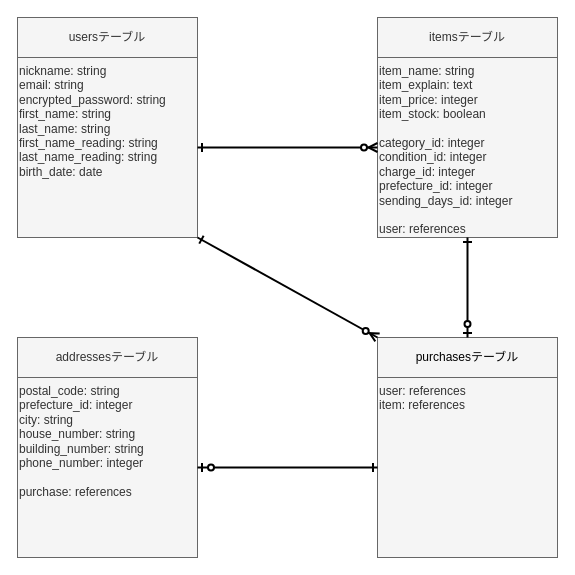
Above: furima.dio in fuchimo/furima-34379 (draw.io), before the change. Source tidied: cells renumbered, new cells numbered last; positions are measured from the earlier drawing's top-left corner, leaving out a move shared by most shapes. Both pictures are drawn from the tidied source at 100%, with x=0, y=0 at pixel (17, 17).
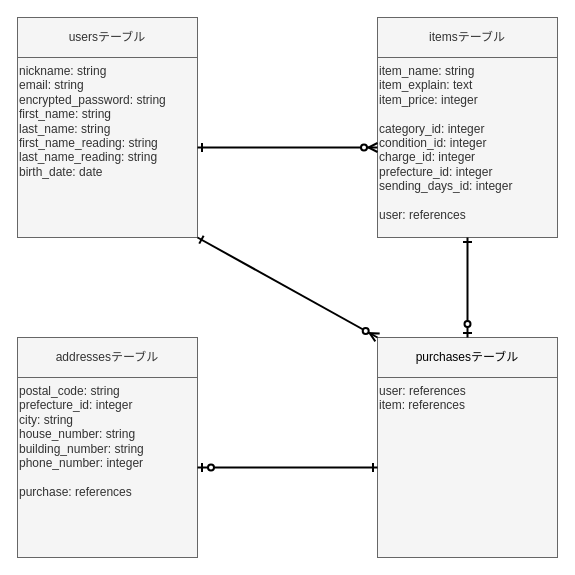
After the change.

Commit message (it also covers changes not shown here):
correct items_table

What changed in the source:
```diff
@@
 <mxGraphModel>
   <root>
     <mxCell id="0" />
     <mxCell id="1" parent="0" />
     <mxCell id="2" value="nickname: string&lt;br&gt;email: string&lt;br&gt;encrypted_password: string&lt;br&gt;first_name: string&lt;br&gt;last_name: string&lt;br&gt;first_name_reading: string&lt;br&gt;last_name_reading: string&lt;br&gt;birth_date: date" style="whiteSpace=wrap;html=1;align=left;fillColor=#f5f5f5;strokeColor=#666666;fontColor=#333333;horizontal=1;labelPosition=center;verticalLabelPosition=middle;verticalAlign=top;" parent="1" vertex="1">
       <mxGeometry y="40" width="180" height="180" as="geometry" />
     </mxCell>
-    <mxCell id="3" value="item_name: string&lt;br&gt;item_explain: text&lt;br&gt;item_price: integer&lt;br&gt;item_stock: boolean&lt;br&gt;&lt;br&gt;category_id: integer&lt;br&gt;condition_id: integer&lt;br&gt;charge_id: integer&lt;br&gt;prefecture_id: integer&lt;br&gt;sending_days_id: integer&lt;br&gt;&lt;br&gt;user: references" style="whiteSpace=wrap;html=1;align=left;fillColor=#f5f5f5;strokeColor=#666666;fontColor=#333333;horizontal=1;labelPosition=center;verticalLabelPosition=middle;verticalAlign=top;" parent="1" vertex="1">
+    <mxCell id="3" value="item_name: string&lt;br&gt;item_explain: text&lt;br&gt;item_price: integer&lt;br&gt;&lt;br&gt;category_id: integer&lt;br&gt;condition_id: integer&lt;br&gt;charge_id: integer&lt;br&gt;prefecture_id: integer&lt;br&gt;sending_days_id: integer&lt;br&gt;&lt;br&gt;user: references" style="whiteSpace=wrap;html=1;align=left;fillColor=#f5f5f5;strokeColor=#666666;fontColor=#333333;horizontal=1;labelPosition=center;verticalLabelPosition=middle;verticalAlign=top;" parent="1" vertex="1">
       <mxGeometry x="360" y="40" width="180" height="180" as="geometry" />
     </mxCell>
     <mxCell id="4" value="user: references&lt;br&gt;item: references" style="whiteSpace=wrap;html=1;align=left;fillColor=#f5f5f5;strokeColor=#666666;fontColor=#333333;horizontal=1;labelPosition=center;verticalLabelPosition=middle;verticalAlign=top;" parent="1" vertex="1">
       <mxGeometry x="360" y="360" width="180" height="180" as="geometry" />
     </mxCell>
     <mxCell id="5" style="endArrow=ERone;html=1;entryX=1;entryY=0.5;entryDx=0;entryDy=0;exitX=0;exitY=0.5;exitDx=0;exitDy=0;startArrow=ERzeroToMany;startFill=1;endFill=0;jumpSize=6;strokeWidth=2;endSize=6;" parent="1" edge="1" source="3" target="2">
       <mxGeometry relative="1" as="geometry" />
     </mxCell>
     <mxCell id="6" value="postal_code: string&lt;br&gt;prefecture_id: integer&lt;br&gt;city: string&lt;br&gt;house_number: string&lt;br&gt;building_number: string&lt;br&gt;phone_number: integer&lt;br&gt;&lt;br&gt;purchase: references" style="whiteSpace=wrap;html=1;align=left;fillColor=#f5f5f5;strokeColor=#666666;fontColor=#333333;horizontal=1;labelPosition=center;verticalLabelPosition=middle;verticalAlign=top;" parent="1" vertex="1">
       <mxGeometry y="360" width="180" height="180" as="geometry" />
     </mxCell>
     <mxCell id="7" style="endArrow=ERzeroToOne;html=1;entryX=1;entryY=0.5;entryDx=0;entryDy=0;startArrow=ERone;startFill=0;endFill=1;jumpSize=6;strokeWidth=2;endSize=6;" parent="1" edge="1" source="4" target="6">
       <mxGeometry relative="1" as="geometry" />
     </mxCell>
     <mxCell id="8" value="&lt;span style=&quot;&quot;&gt;addressesテーブル&lt;/span&gt;" style="rounded=0;whiteSpace=wrap;html=1;align=center;fillColor=#f5f5f5;strokeColor=#666666;fontColor=#333333;" parent="1" vertex="1">
       <mxGeometry y="320" width="180" height="40" as="geometry" />
     </mxCell>
     <mxCell id="9" value="&lt;font color=&quot;#000000&quot;&gt;purchasesテーブル&lt;/font&gt;" style="rounded=0;whiteSpace=wrap;html=1;align=center;fillColor=#f5f5f5;strokeColor=#666666;fontColor=#333333;" parent="1" vertex="1">
       <mxGeometry x="360" y="320" width="180" height="40" as="geometry" />
     </mxCell>
     <mxCell id="10" value="&lt;span&gt;usersテーブル&lt;/span&gt;" style="rounded=0;whiteSpace=wrap;html=1;align=center;fillColor=#f5f5f5;strokeColor=#666666;fontColor=#333333;" parent="1" vertex="1">
       <mxGeometry width="180" height="40" as="geometry" />
     </mxCell>
     <mxCell id="11" value="&lt;span&gt;itemsテーブル&lt;/span&gt;" style="rounded=0;whiteSpace=wrap;html=1;align=center;fillColor=#f5f5f5;strokeColor=#666666;fontColor=#333333;" parent="1" vertex="1">
       <mxGeometry x="360" width="180" height="40" as="geometry" />
     </mxCell>
     <mxCell id="12" style="endArrow=ERzeroToOne;html=1;entryX=0.5;entryY=0;entryDx=0;entryDy=0;exitX=0.5;exitY=1;exitDx=0;exitDy=0;startArrow=ERone;startFill=0;endFill=1;jumpSize=6;strokeWidth=2;endSize=6;" parent="1" edge="1" source="3" target="9">
       <mxGeometry relative="1" as="geometry" />
     </mxCell>
     <mxCell id="13" style="endArrow=ERone;html=1;entryX=1;entryY=1;entryDx=0;entryDy=0;exitX=0;exitY=0;exitDx=0;exitDy=0;startArrow=ERzeroToMany;startFill=1;endFill=0;jumpSize=6;strokeWidth=2;endSize=6;" parent="1" edge="1" source="9" target="2">
       <mxGeometry relative="1" as="geometry" />
     </mxCell>
   </root>
 </mxGraphModel>
```
